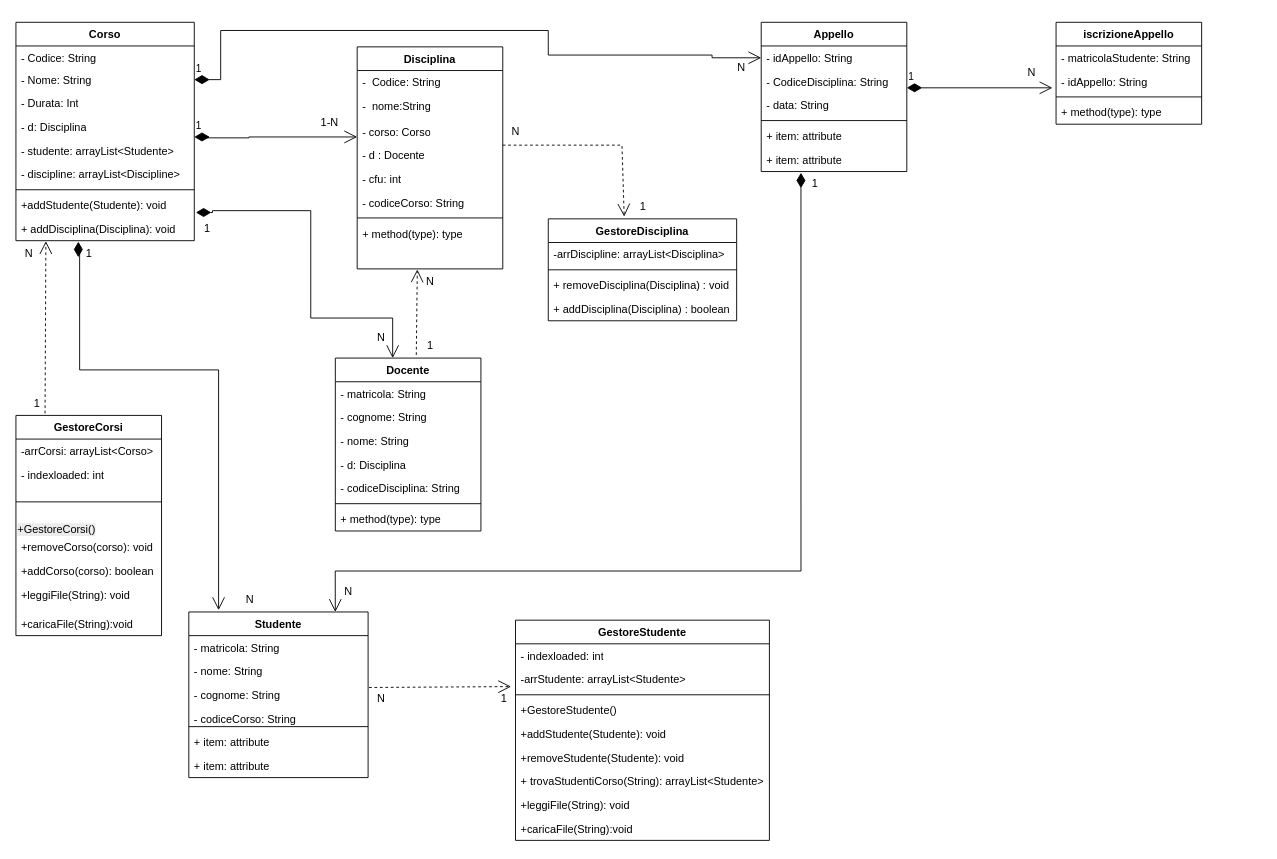
Above: UML_Progetto_Didattico.drawio in ChristianZannoni/progetto_informatica (draw.io), before the change. Source tidied: cells renumbered, new cells numbered last; positions are measured from the earlier drawing's top-left corner, leaving out a move shared by most shapes. Both pictures are drawn from the tidied source at 91%, with x=0, y=0 at pixel (15, 22).
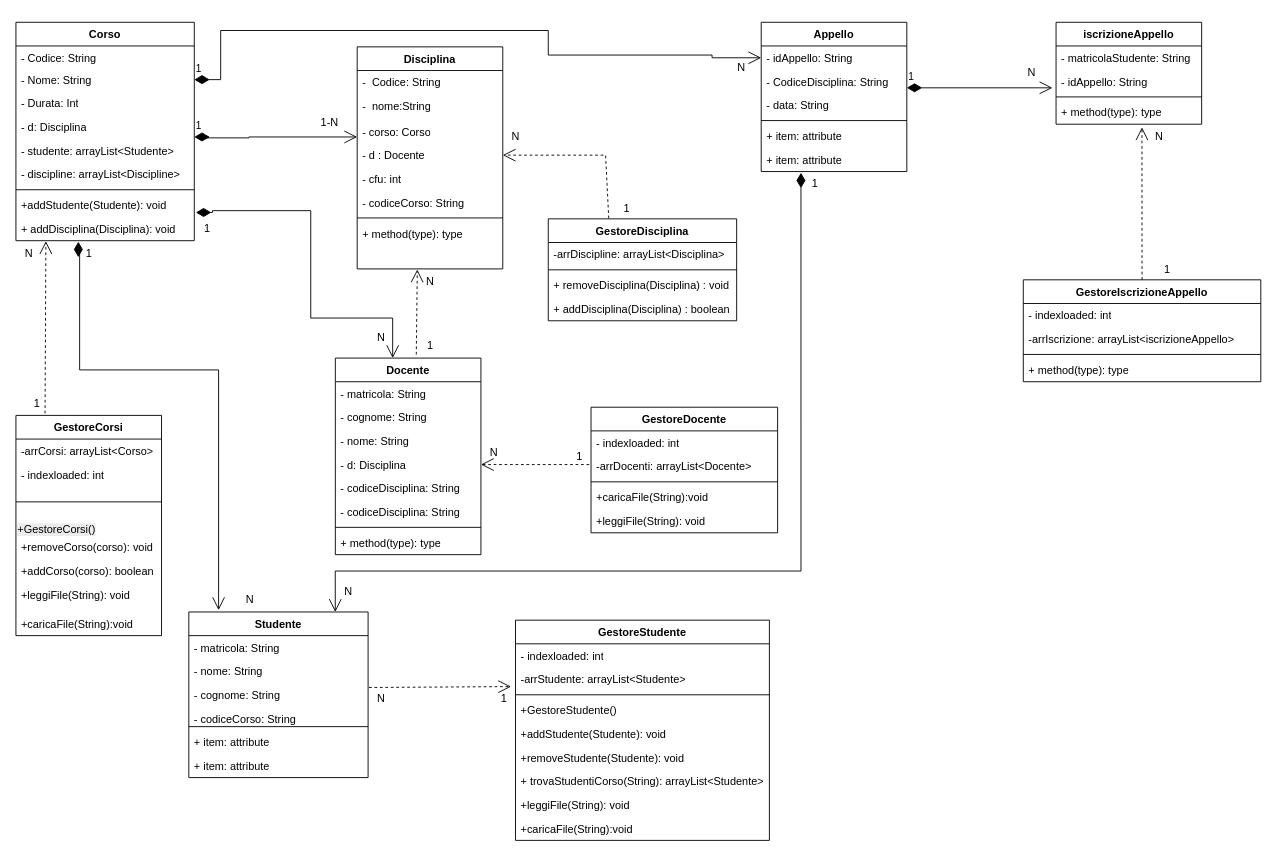
After the change.

Unchanged cells that the change refers to:
```xml
<mxCell id="14" value="- d: Disciplina" style="text;strokeColor=none;fillColor=none;align=left;verticalAlign=top;spacingLeft=4;spacingRight=4;overflow=hidden;points=[[0,0.5],[1,0.5]];portConstraint=eastwest;whiteSpace=wrap;html=1;" parent="10" vertex="1">
  <mxGeometry y="104" width="160" height="26" as="geometry" />
</mxCell>
<mxCell id="58" value="+ method(type): type" style="text;strokeColor=none;fillColor=none;align=left;verticalAlign=top;spacingLeft=4;spacingRight=4;overflow=hidden;points=[[0,0.5],[1,0.5]];portConstraint=eastwest;whiteSpace=wrap;html=1;" parent="54" vertex="1">
  <mxGeometry y="86" width="160" height="26" as="geometry" />
</mxCell>
<mxCell id="63" value="- d : Docente" style="text;strokeColor=none;fillColor=none;align=left;verticalAlign=top;spacingLeft=4;spacingRight=4;overflow=hidden;points=[[0,0.5],[1,0.5]];portConstraint=eastwest;whiteSpace=wrap;html=1;" parent="59" vertex="1">
  <mxGeometry y="106" width="160" height="26" as="geometry" />
</mxCell>
<mxCell id="90" value="GestoreDisciplina" style="swimlane;fontStyle=1;align=center;verticalAlign=top;horizontal=1;startSize=26;whiteSpace=wrap;html=1;" parent="1" vertex="1">
  <mxGeometry x="585" y="216" width="207" height="112" as="geometry" />
</mxCell>
```

Change to the diagram source:
```diff
@@
     <mxCell id="10" value="Docente" style="swimlane;fontStyle=1;align=center;verticalAlign=top;horizontal=1;startSize=26;whiteSpace=wrap;html=1;" parent="1" vertex="1">
-      <mxGeometry x="351" y="369" width="160" height="190" as="geometry" />
+      <mxGeometry x="351" y="369" width="160" height="216" as="geometry" />
     </mxCell>
@@
+    <mxCell id="100" value="- codiceDisciplina: String" style="text;strokeColor=none;fillColor=none;align=left;verticalAlign=top;spacingLeft=4;spacingRight=4;overflow=hidden;whiteSpace=wrap;html=1;" parent="10" vertex="1">
+      <mxGeometry y="156" width="160" height="26" as="geometry" />
+    </mxCell>
     <mxCell id="16" style="line;strokeWidth=1;fillColor=none;align=left;verticalAlign=middle;spacingTop=-1;spacingLeft=3;spacingRight=3;labelPosition=right;strokeColor=inherit;" parent="10" vertex="1">
-      <mxGeometry y="156" width="160" height="8" as="geometry" />
+      <mxGeometry y="182" width="160" height="8" as="geometry" />
     </mxCell>
     <mxCell id="17" value="+ method(type): type" style="text;strokeColor=none;fillColor=none;align=left;verticalAlign=top;spacingLeft=4;spacingRight=4;overflow=hidden;whiteSpace=wrap;html=1;" parent="10" vertex="1">
-      <mxGeometry y="164" width="160" height="26" as="geometry" />
+      <mxGeometry y="190" width="160" height="26" as="geometry" />
     </mxCell>
@@
-    <mxCell id="95" style="endArrow=open;endSize=12;dashed=1;html=1;rounded=0;entryX=0.403;entryY=-0.022;entryDx=0;entryDy=0;entryPerimeter=0;" parent="1" edge="1" target="90">
-      <mxGeometry relative="1" as="geometry">
-        <mxPoint x="535" y="135" as="sourcePoint" />
-        <Array as="points">
-          <mxPoint x="666" y="135" />
-        </Array>
-      </mxGeometry>
-    </mxCell>
     <mxCell id="96" value="1" style="text;html=1;align=center;verticalAlign=middle;strokeColor=none;fillColor=none;" parent="1" vertex="1">
-      <mxGeometry x="675" y="189" width="27" height="27" as="geometry" />
+      <mxGeometry x="657" y="191" width="27" height="27" as="geometry" />
     </mxCell>
     <mxCell id="97" value="N" style="text;html=1;align=center;verticalAlign=middle;strokeColor=none;fillColor=none;" parent="1" vertex="1">
-      <mxGeometry x="535" y="106.5" width="27" height="27" as="geometry" />
+      <mxGeometry x="535" y="112" width="27" height="27" as="geometry" />
     </mxCell>
@@
+    <mxCell id="101" value="GestoreDocente" style="swimlane;fontStyle=1;align=center;verticalAlign=top;horizontal=1;startSize=26;whiteSpace=wrap;html=1;" parent="1" vertex="1">
+      <mxGeometry x="632" y="423" width="205" height="138" as="geometry" />
+    </mxCell>
+    <mxCell id="102" value="- indexloaded: int" style="text;strokeColor=none;fillColor=none;align=left;verticalAlign=top;spacingLeft=4;spacingRight=4;overflow=hidden;whiteSpace=wrap;html=1;" parent="101" vertex="1">
+      <mxGeometry y="26" width="205" height="26" as="geometry" />
+    </mxCell>
+    <mxCell id="103" value="-arrDocenti: arrayList&amp;lt;Docente&amp;gt;" style="text;strokeColor=none;fillColor=none;align=left;verticalAlign=top;spacingLeft=4;spacingRight=4;overflow=hidden;whiteSpace=wrap;html=1;" parent="101" vertex="1">
+      <mxGeometry y="52" width="205" height="26" as="geometry" />
+    </mxCell>
+    <mxCell id="104" style="line;strokeWidth=1;fillColor=none;align=left;verticalAlign=middle;spacingTop=-1;spacingLeft=3;spacingRight=3;labelPosition=right;strokeColor=inherit;" parent="101" vertex="1">
+      <mxGeometry y="78" width="205" height="8" as="geometry" />
+    </mxCell>
+    <mxCell id="105" value="+caricaFile(String):void" style="text;strokeColor=none;fillColor=none;align=left;verticalAlign=top;spacingLeft=4;spacingRight=4;overflow=hidden;whiteSpace=wrap;html=1;" parent="101" vertex="1">
+      <mxGeometry y="86" width="205" height="26" as="geometry" />
+    </mxCell>
+    <mxCell id="106" value="+leggiFile(String): void" style="text;strokeColor=none;fillColor=none;align=left;verticalAlign=top;spacingLeft=4;spacingRight=4;overflow=hidden;whiteSpace=wrap;html=1;" parent="101" vertex="1">
+      <mxGeometry y="112" width="205" height="26" as="geometry" />
+    </mxCell>
+    <mxCell id="107" style="endArrow=open;endSize=12;dashed=1;html=1;rounded=0;entryX=1;entryY=0.5;entryDx=0;entryDy=0;" parent="1" edge="1" target="14">
+      <mxGeometry relative="1" as="geometry">
+        <mxPoint x="630" y="486" as="sourcePoint" />
+      </mxGeometry>
+    </mxCell>
+    <mxCell id="108" style="endArrow=open;endSize=12;dashed=1;html=1;rounded=0;exitX=0.321;exitY=-0.005;exitDx=0;exitDy=0;exitPerimeter=0;entryX=1;entryY=0.5;entryDx=0;entryDy=0;" parent="1" edge="1" source="90" target="63">
+      <mxGeometry relative="1" as="geometry">
+        <Array as="points">
+          <mxPoint x="648" y="146" />
+        </Array>
+      </mxGeometry>
+    </mxCell>
+    <mxCell id="109" value="1" style="text;html=1;align=center;verticalAlign=middle;strokeColor=none;fillColor=none;" parent="1" vertex="1">
+      <mxGeometry x="605" y="463.5" width="27" height="27" as="geometry" />
+    </mxCell>
+    <mxCell id="110" value="N" style="text;html=1;align=center;verticalAlign=middle;strokeColor=none;fillColor=none;" parent="1" vertex="1">
+      <mxGeometry x="511" y="459" width="27" height="27" as="geometry" />
+    </mxCell>
+    <mxCell id="111" value="GestoreIscrizioneAppello" style="swimlane;fontStyle=1;align=center;verticalAlign=top;horizontal=1;startSize=26;whiteSpace=wrap;html=1;" parent="1" vertex="1">
+      <mxGeometry x="1107" y="283" width="261" height="112" as="geometry" />
+    </mxCell>
+    <mxCell id="112" value="- indexloaded: int" style="text;strokeColor=none;fillColor=none;align=left;verticalAlign=top;spacingLeft=4;spacingRight=4;overflow=hidden;whiteSpace=wrap;html=1;" parent="111" vertex="1">
+      <mxGeometry y="26" width="261" height="26" as="geometry" />
+    </mxCell>
+    <mxCell id="113" value="-arrIscrizione: arrayList&amp;lt;iscrizioneAppello&amp;gt;" style="text;strokeColor=none;fillColor=none;align=left;verticalAlign=top;spacingLeft=4;spacingRight=4;overflow=hidden;whiteSpace=wrap;html=1;" parent="111" vertex="1">
+      <mxGeometry y="52" width="261" height="26" as="geometry" />
+    </mxCell>
+    <mxCell id="114" style="line;strokeWidth=1;fillColor=none;align=left;verticalAlign=middle;spacingTop=-1;spacingLeft=3;spacingRight=3;labelPosition=right;strokeColor=inherit;" parent="111" vertex="1">
+      <mxGeometry y="78" width="261" height="8" as="geometry" />
+    </mxCell>
+    <mxCell id="115" value="+ method(type): type" style="text;strokeColor=none;fillColor=none;align=left;verticalAlign=top;spacingLeft=4;spacingRight=4;overflow=hidden;whiteSpace=wrap;html=1;" parent="111" vertex="1">
+      <mxGeometry y="86" width="261" height="26" as="geometry" />
+    </mxCell>
+    <mxCell id="116" style="endArrow=open;endSize=12;dashed=1;html=1;rounded=0;entryX=0.59;entryY=1.131;entryDx=0;entryDy=0;entryPerimeter=0;exitX=0.5;exitY=0;exitDx=0;exitDy=0;" parent="1" edge="1" source="111" target="58">
+      <mxGeometry relative="1" as="geometry" />
+    </mxCell>
+    <mxCell id="117" value="1" style="text;html=1;align=center;verticalAlign=middle;strokeColor=none;fillColor=none;" parent="1" vertex="1">
+      <mxGeometry x="1251" y="258.5" width="27" height="27" as="geometry" />
+    </mxCell>
+    <mxCell id="118" value="N" style="text;html=1;align=center;verticalAlign=middle;strokeColor=none;fillColor=none;" parent="1" vertex="1">
+      <mxGeometry x="1242" y="112" width="27" height="27" as="geometry" />
+    </mxCell>
```
